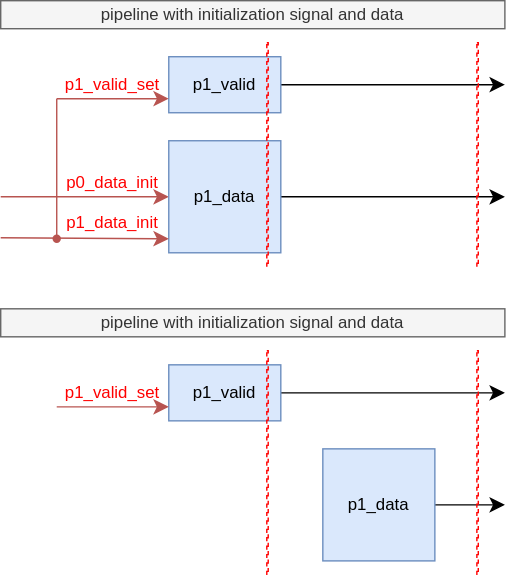
This is de/v_rule/include/pipeline_init.svg from jnjnliwenjie0022/obs, a draw.io export, as it was before one commit. Source tidied: cells renumbered, new cells last; positions are measured from the earlier drawing's top-left corner, leaving out a move shared by most shapes.
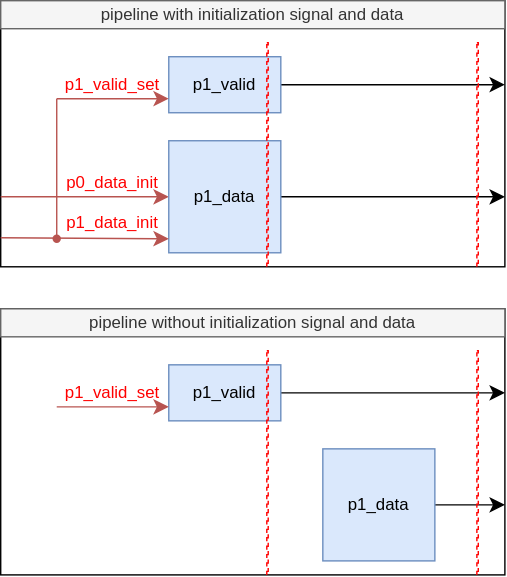
The same diagram one commit later.

Commit message:
vault backup: 2025-05-04 01:48:13

The edit, as a diff of the source:
```diff
@@ -2,6 +2,12 @@
   <root>
     <mxCell id="0" />
     <mxCell id="1" parent="0" />
+    <mxCell id="26" style="whiteSpace=wrap;html=1;rotation=0;rounded=0;" parent="1" vertex="1">
+      <mxGeometry y="220" width="360" height="190" as="geometry" />
+    </mxCell>
+    <mxCell id="27" style="whiteSpace=wrap;html=1;rotation=0;rounded=0;" parent="1" vertex="1">
+      <mxGeometry width="360" height="190" as="geometry" />
+    </mxCell>
     <mxCell id="2" style="edgeStyle=none;curved=1;rounded=0;jettySize=auto;html=1;fontSize=12;startSize=8;endSize=8;" parent="1" edge="1" source="3">
       <mxGeometry relative="1" as="geometry">
         <mxPoint x="360" y="60" as="targetPoint" />
@@ -81,7 +87,7 @@
     <mxCell id="21" value="pipeline with initialization signal and data" style="whiteSpace=wrap;html=1;rotation=0;rounded=0;fillColor=#f5f5f5;fontColor=#333333;strokeColor=#666666;" parent="1" vertex="1">
       <mxGeometry width="360" height="20" as="geometry" />
     </mxCell>
-    <mxCell id="22" value="pipeline with initialization signal and data" style="whiteSpace=wrap;html=1;rotation=0;rounded=0;fillColor=#f5f5f5;fontColor=#333333;strokeColor=#666666;" parent="1" vertex="1">
+    <mxCell id="22" value="pipeline without initialization signal and data" style="whiteSpace=wrap;html=1;rotation=0;rounded=0;fillColor=#f5f5f5;fontColor=#333333;strokeColor=#666666;" parent="1" vertex="1">
       <mxGeometry y="220" width="360" height="20" as="geometry" />
     </mxCell>
     <mxCell id="23" style="whiteSpace=wrap;html=1;rotation=0;rounded=0;dashed=1;fillColor=none;strokeColor=#FF0000;" parent="1" vertex="1">
```
